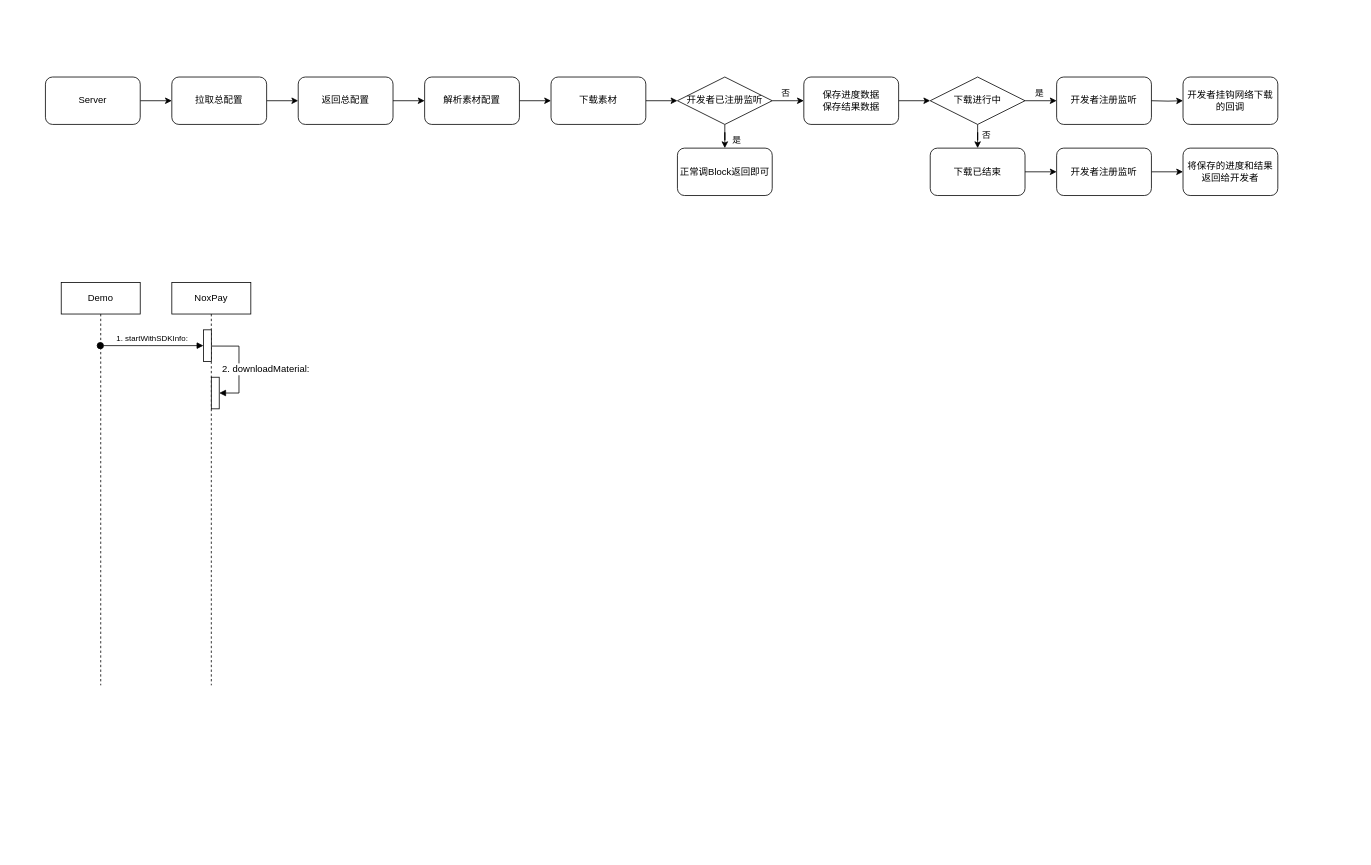
ChinaChong/Diagrams keeps this draw.io diagram as NoxPay-素材模块.drawio. Above is the earlier version. Source tidied: cells renumbered, new cells numbered last; positions are measured from the earlier drawing's top-left corner, leaving out a move shared by most shapes. Both pictures are drawn from the tidied source at 79%, with x=0, y=0 at pixel (45, 77).
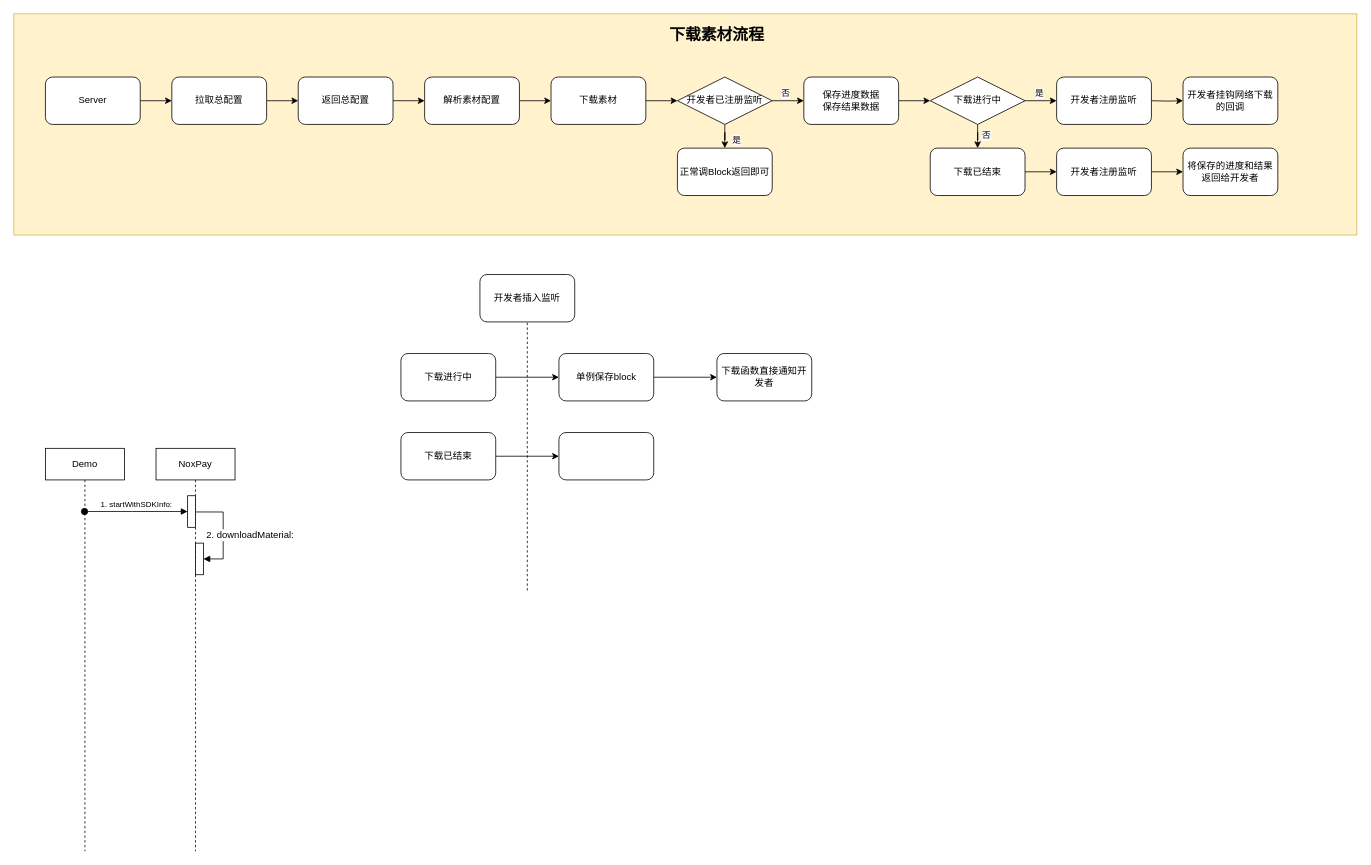
The same page after the edit.

Commit message:
更新NoxPay-素材模块.drawio

The change refers to these unchanged cells:
```xml
<mxCell id="5" style="html=1;points=[];perimeter=orthogonalPerimeter;fontSize=12;" parent="2" vertex="1">
  <mxGeometry x="40" y="60" width="10" height="40" as="geometry" />
</mxCell>
```

Diff of the diagram source:
```diff
@@
+    <mxCell id="39" style="rounded=0;whiteSpace=wrap;html=1;labelBackgroundColor=none;labelBorderColor=none;fillColor=#fff2cc;strokeColor=#d6b656;" parent="1" vertex="1">
+      <mxGeometry x="-40" y="-80" width="1700" height="280" as="geometry" />
+    </mxCell>
     <mxCell id="2" value="NoxPay" style="shape=umlLifeline;perimeter=lifelinePerimeter;whiteSpace=wrap;html=1;" parent="1" vertex="1">
-      <mxGeometry x="160" y="260" width="100" height="510" as="geometry" />
+      <mxGeometry x="140" y="470" width="100" height="510" as="geometry" />
     </mxCell>
@@
     <mxCell id="6" value="Demo" style="shape=umlLifeline;perimeter=lifelinePerimeter;whiteSpace=wrap;html=1;outlineConnect=0;" parent="1" vertex="1">
-      <mxGeometry x="20" y="260" width="100" height="510" as="geometry" />
+      <mxGeometry y="470" width="100" height="510" as="geometry" />
     </mxCell>
     <mxCell id="7" value="&lt;span style=&quot;text-align: left ; font-size: 10px&quot;&gt;&lt;font style=&quot;font-size: 10px&quot;&gt;1. startWithSDKInfo:&lt;/font&gt;&lt;/span&gt;" style="html=1;verticalAlign=bottom;startArrow=oval;endArrow=block;startSize=8;rounded=0;fontSize=10;" parent="1" edge="1" source="6" target="5">
       <mxGeometry relative="1" as="geometry">
         <Array as="points">
-          <mxPoint x="130" y="340" />
+          <mxPoint x="110" y="550" />
         </Array>
       </mxGeometry>
     </mxCell>
@@
+    <mxCell id="40" value="下载素材流程" style="text;html=1;strokeColor=none;fillColor=none;align=center;verticalAlign=middle;whiteSpace=wrap;rounded=0;fontSize=20;fontStyle=1;" parent="1" vertex="1">
+      <mxGeometry x="760" y="-70" width="180" height="30" as="geometry" />
+    </mxCell>
+    <mxCell id="41" style="edgeStyle=orthogonalEdgeStyle;rounded=0;jettySize=auto;html=1;fontSize=20;" parent="1" edge="1" source="42" target="48">
+      <mxGeometry relative="1" as="geometry" />
+    </mxCell>
+    <mxCell id="42" value="下载进行中" style="rounded=1;whiteSpace=wrap;html=1;" parent="1" vertex="1">
+      <mxGeometry x="450" y="350" width="120" height="60" as="geometry" />
+    </mxCell>
+    <mxCell id="43" style="edgeStyle=orthogonalEdgeStyle;rounded=0;jettySize=auto;html=1;fontSize=20;" parent="1" edge="1" source="44" target="50">
+      <mxGeometry relative="1" as="geometry" />
+    </mxCell>
+    <mxCell id="44" value="下载已结束" style="rounded=1;whiteSpace=wrap;html=1;" parent="1" vertex="1">
+      <mxGeometry x="450" y="450" width="120" height="60" as="geometry" />
+    </mxCell>
+    <mxCell id="45" value="开发者插入监听" style="rounded=1;whiteSpace=wrap;html=1;" parent="1" vertex="1">
+      <mxGeometry x="550" y="250" width="120" height="60" as="geometry" />
+    </mxCell>
+    <mxCell id="46" style="endArrow=none;dashed=1;html=1;rounded=0;fontSize=20;entryX=0.5;entryY=1;entryDx=0;entryDy=0;" parent="1" edge="1" target="45">
+      <mxGeometry relative="1" as="geometry">
+        <mxPoint x="610" y="650" as="sourcePoint" />
+      </mxGeometry>
+    </mxCell>
+    <mxCell id="47" style="edgeStyle=orthogonalEdgeStyle;rounded=0;jettySize=auto;html=1;fontSize=20;" parent="1" edge="1" source="48" target="49">
+      <mxGeometry relative="1" as="geometry" />
+    </mxCell>
+    <mxCell id="48" value="单例保存block" style="whiteSpace=wrap;html=1;rounded=1;" parent="1" vertex="1">
+      <mxGeometry x="650" y="350" width="120" height="60" as="geometry" />
+    </mxCell>
+    <mxCell id="49" value="下载函数直接通知开发者" style="whiteSpace=wrap;html=1;rounded=1;" parent="1" vertex="1">
+      <mxGeometry x="850" y="350" width="120" height="60" as="geometry" />
+    </mxCell>
+    <mxCell id="50" style="whiteSpace=wrap;html=1;rounded=1;" parent="1" vertex="1">
+      <mxGeometry x="650" y="450" width="120" height="60" as="geometry" />
+    </mxCell>
```
